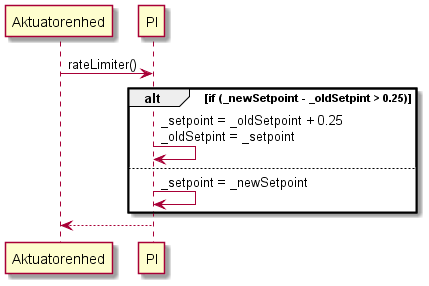
Before: Design/Akutuator enhed/Software/out/PI/SD_PI_rateLimiter/rateLimit.png, a diagram exported from PlantUML (Solvgraa-mager/E4PRJ4).
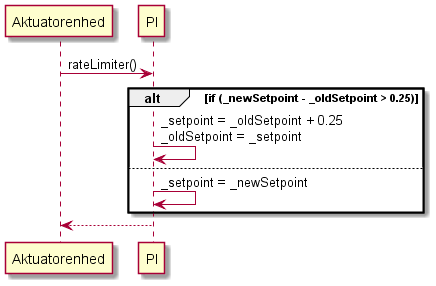
The same diagram one commit later.

Diff of the diagram source:
```diff
@@ -4,8 +4,8 @@
 participant PI as p
 
 a -> p : rateLimiter()
-alt if (_newSetpoint - _oldSetpint > 0.25)
-	p -> p : _setpoint = _oldSetpoint + 0.25\n_oldSetpint = _setpoint
+alt if (_newSetpoint - _oldSetpoint > 0.25)
+	p -> p : _setpoint = _oldSetpoint + 0.25\n_oldSetpoint = _setpoint
 else
 	p -> p : _setpoint = _newSetpoint
 end
```
